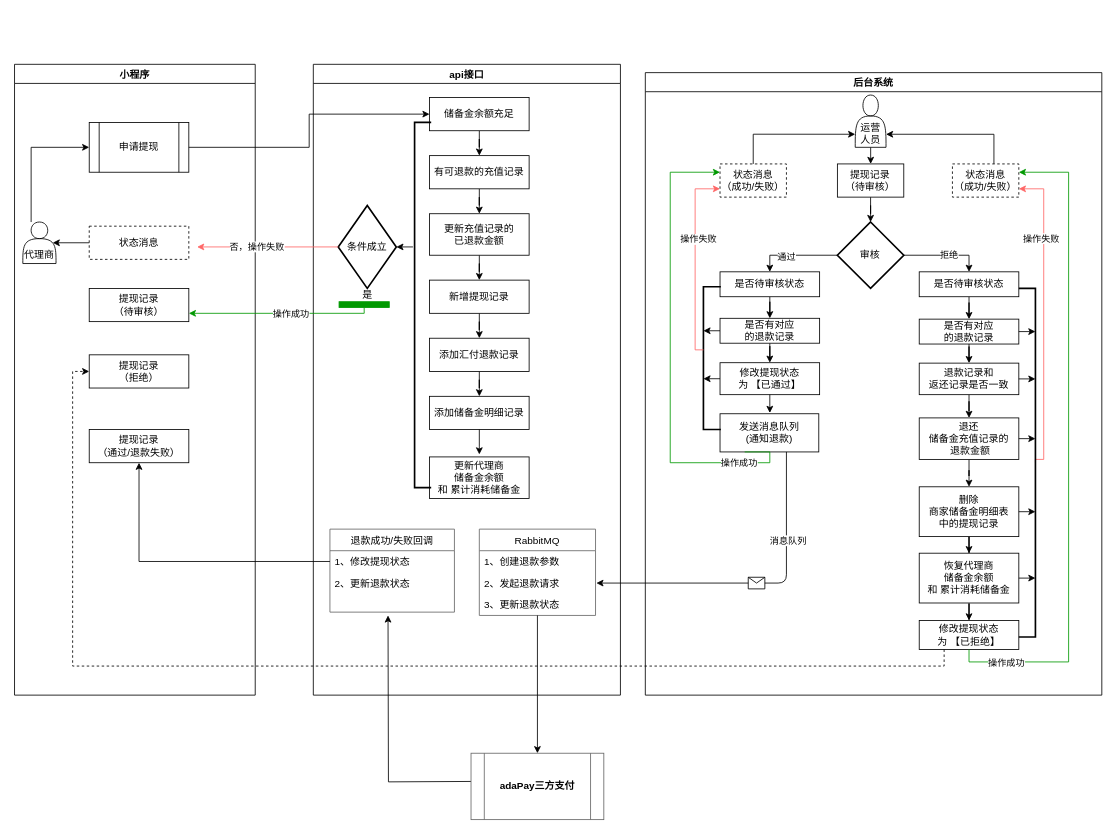
This is 退款流程图.drawio from javayulong/ShiroJwt, a draw.io file, before an edit. Source tidied: cells renumbered, new cells numbered last; positions are measured from the earlier drawing's top-left corner, leaving out a move shared by most shapes. Both pictures are drawn from the tidied source at 83%, with x=0, y=0 at pixel (14, 64).
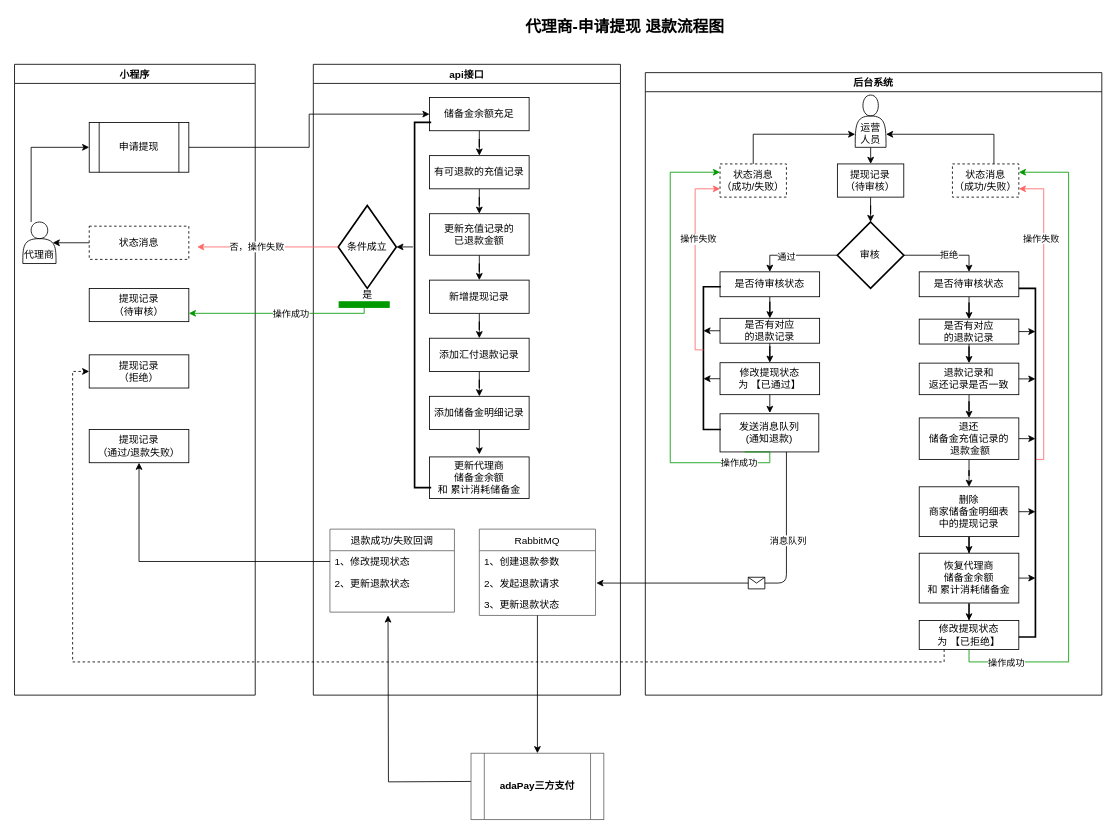
The same page after the edit.

Commit message:
更新退款流程图.drawio

Unchanged cells that the change refers to:
```xml
<mxCell id="7" value="提现记录&lt;br&gt;（拒绝）" style="rounded=0;whiteSpace=wrap;html=1;" parent="2" vertex="1">
  <mxGeometry x="90" y="350" width="120" height="40" as="geometry" />
</mxCell>
<mxCell id="67" value="修改提现状态&lt;br&gt;为 【已拒绝】" style="rounded=0;whiteSpace=wrap;html=1;" parent="37" vertex="1">
  <mxGeometry x="330" y="660" width="120" height="35" as="geometry" />
</mxCell>
```

Diff of the diagram source:
```diff
@@
     <mxCell id="101" style="edgeStyle=orthogonalEdgeStyle;rounded=0;jettySize=auto;html=1;exitX=0.25;exitY=1;exitDx=0;exitDy=0;entryX=0;entryY=0.5;entryDx=0;entryDy=0;dashed=1;strokeColor=#000000;" parent="1" edge="1" source="67" target="7">
-      <mxGeometry relative="1" as="geometry" />
+      <mxGeometry relative="1" as="geometry">
+        <Array as="points">
+          <mxPoint x="1120" y="720" />
+          <mxPoint x="70" y="720" />
+          <mxPoint x="70" y="370" />
+        </Array>
+      </mxGeometry>
     </mxCell>
+    <mxCell id="102" value="代理商-申请提现 退款流程图" style="text;html=1;align=center;verticalAlign=middle;fontSize=19;fontStyle=1;" parent="1" vertex="1">
+      <mxGeometry x="605" y="-60" width="260" height="30" as="geometry" />
+    </mxCell>
```
